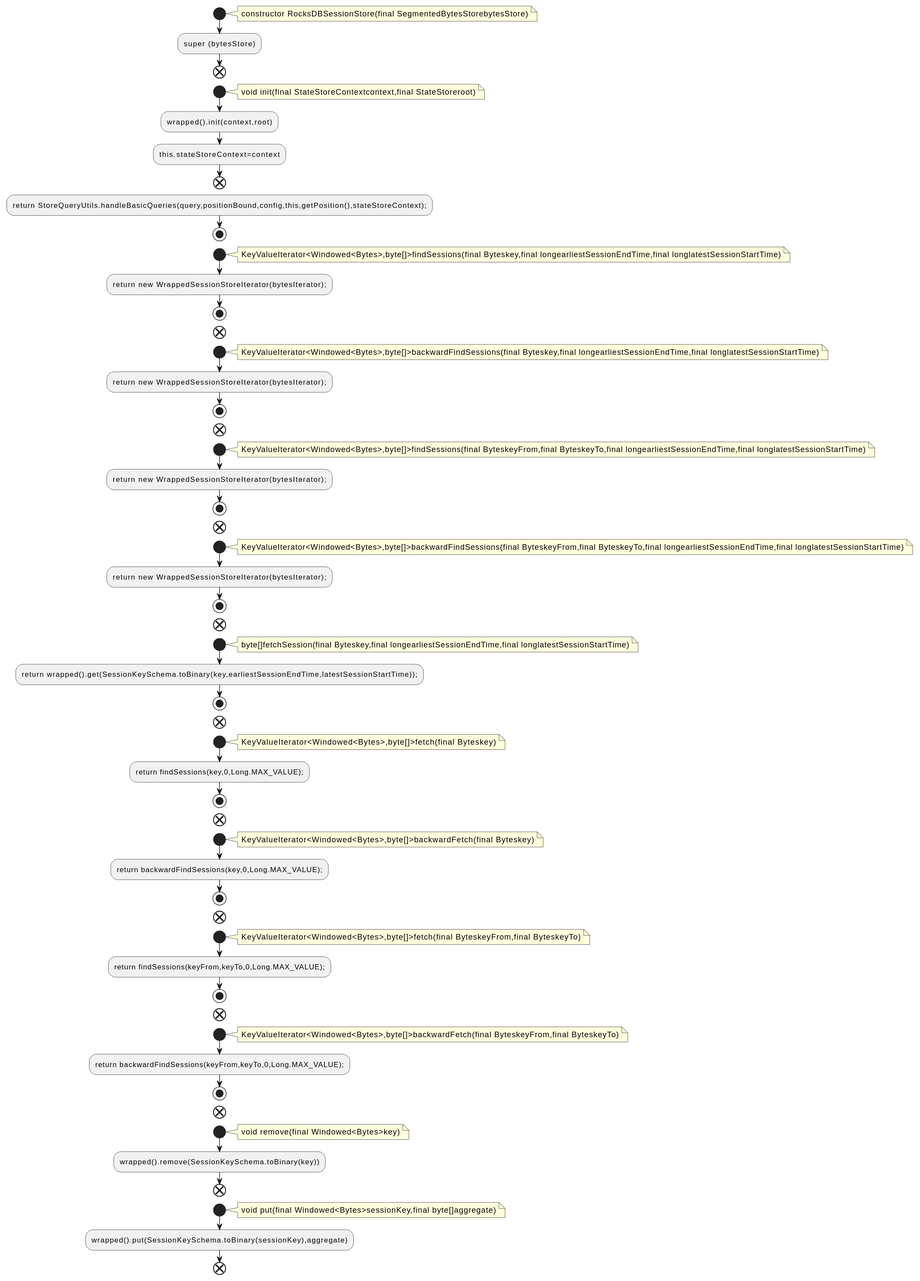
Above: docs/qc/streams/src/main/java/org/apache/kafka/streams/state/internals/RocksDBSessionStore.java.fct.svg in qualitesys/kafka (PlantUML), before the change.
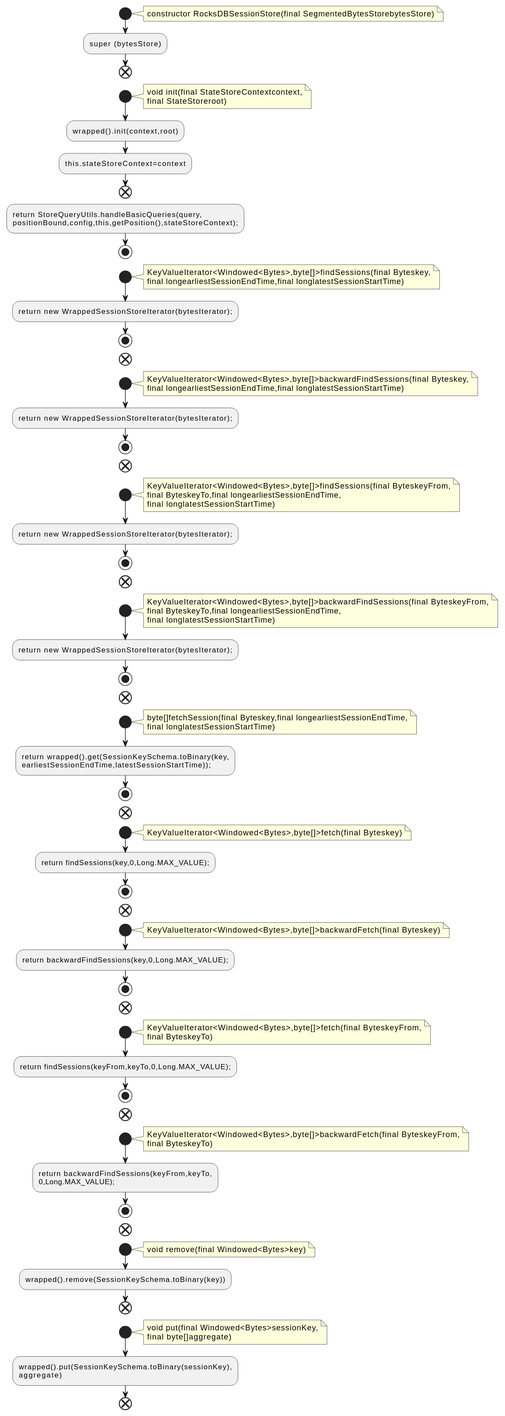
The same file after the commit.

Diff of the diagram source:
```diff
@@ -8,46 +8,56 @@
 end
 start
 note right
-void init(final StateStoreContextcontext,final StateStoreroot)
+void init(final StateStoreContextcontext,
+final StateStoreroot)
 end note
 :wrapped().init(context,root);
 :this.stateStoreContext=context;
 end
-:return StoreQueryUtils.handleBasicQueries(query,positionBound,config,this,getPosition(),stateStoreContext);;
+:return StoreQueryUtils.handleBasicQueries(query,
+positionBound,config,this,getPosition(),stateStoreContext);;
 stop
 start
 note right
-KeyValueIterator<Windowed<Bytes>,byte[]>findSessions(final Byteskey,final longearliestSessionEndTime,final longlatestSessionStartTime)
+KeyValueIterator<Windowed<Bytes>,byte[]>findSessions(final Byteskey,
+final longearliestSessionEndTime,final longlatestSessionStartTime)
 end note
 :return new WrappedSessionStoreIterator(bytesIterator);;
 stop
 end
 start
 note right
-KeyValueIterator<Windowed<Bytes>,byte[]>backwardFindSessions(final Byteskey,final longearliestSessionEndTime,final longlatestSessionStartTime)
+KeyValueIterator<Windowed<Bytes>,byte[]>backwardFindSessions(final Byteskey,
+final longearliestSessionEndTime,final longlatestSessionStartTime)
 end note
 :return new WrappedSessionStoreIterator(bytesIterator);;
 stop
 end
 start
 note right
-KeyValueIterator<Windowed<Bytes>,byte[]>findSessions(final ByteskeyFrom,final ByteskeyTo,final longearliestSessionEndTime,final longlatestSessionStartTime)
+KeyValueIterator<Windowed<Bytes>,byte[]>findSessions(final ByteskeyFrom,
+final ByteskeyTo,final longearliestSessionEndTime,
+final longlatestSessionStartTime)
 end note
 :return new WrappedSessionStoreIterator(bytesIterator);;
 stop
 end
 start
 note right
-KeyValueIterator<Windowed<Bytes>,byte[]>backwardFindSessions(final ByteskeyFrom,final ByteskeyTo,final longearliestSessionEndTime,final longlatestSessionStartTime)
+KeyValueIterator<Windowed<Bytes>,byte[]>backwardFindSessions(final ByteskeyFrom,
+final ByteskeyTo,final longearliestSessionEndTime,
+final longlatestSessionStartTime)
 end note
 :return new WrappedSessionStoreIterator(bytesIterator);;
 stop
 end
 start
 note right
-byte[]fetchSession(final Byteskey,final longearliestSessionEndTime,final longlatestSessionStartTime)
+byte[]fetchSession(final Byteskey,final longearliestSessionEndTime,
+final longlatestSessionStartTime)
 end note
-:return wrapped().get(SessionKeySchema.toBinary(key,earliestSessionEndTime,latestSessionStartTime));;
+:return wrapped().get(SessionKeySchema.toBinary(key,
+earliestSessionEndTime,latestSessionStartTime));;
 stop
 end
 start
@@ -66,16 +76,19 @@
 end
 start
 note right
-KeyValueIterator<Windowed<Bytes>,byte[]>fetch(final ByteskeyFrom,final ByteskeyTo)
+KeyValueIterator<Windowed<Bytes>,byte[]>fetch(final ByteskeyFrom,
+final ByteskeyTo)
 end note
 :return findSessions(keyFrom,keyTo,0,Long.MAX_VALUE);;
 stop
 end
 start
 note right
-KeyValueIterator<Windowed<Bytes>,byte[]>backwardFetch(final ByteskeyFrom,final ByteskeyTo)
+KeyValueIterator<Windowed<Bytes>,byte[]>backwardFetch(final ByteskeyFrom,
+final ByteskeyTo)
 end note
-:return backwardFindSessions(keyFrom,keyTo,0,Long.MAX_VALUE);;
+:return backwardFindSessions(keyFrom,keyTo,
+0,Long.MAX_VALUE);;
 stop
 end
 start
@@ -86,8 +99,10 @@
 end
 start
 note right
-void put(final Windowed<Bytes>sessionKey,final byte[]aggregate)
+void put(final Windowed<Bytes>sessionKey,
+final byte[]aggregate)
 end note
-:wrapped().put(SessionKeySchema.toBinary(sessionKey),aggregate);
+:wrapped().put(SessionKeySchema.toBinary(sessionKey),
+aggregate);
 end
 @enduml
```
